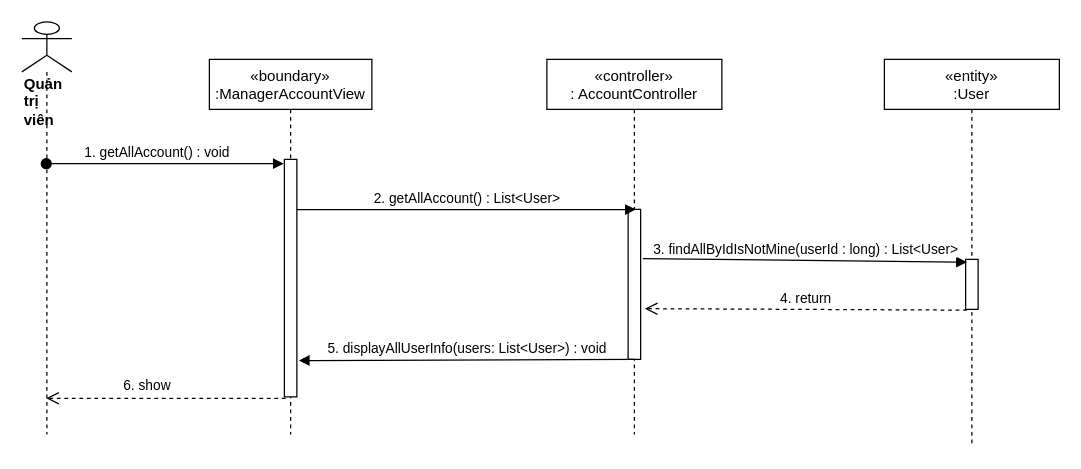
Above: sequence diagram/view-user-manager-sequence.drawio in nguyenphamvan/datn_20202 (draw.io), before the change. Source tidied: cells renumbered, new cells numbered last; positions are measured from the earlier drawing's top-left corner, leaving out a move shared by most shapes. Both pictures are drawn from the tidied source at 125%, with x=0, y=0 at pixel (21, 21).
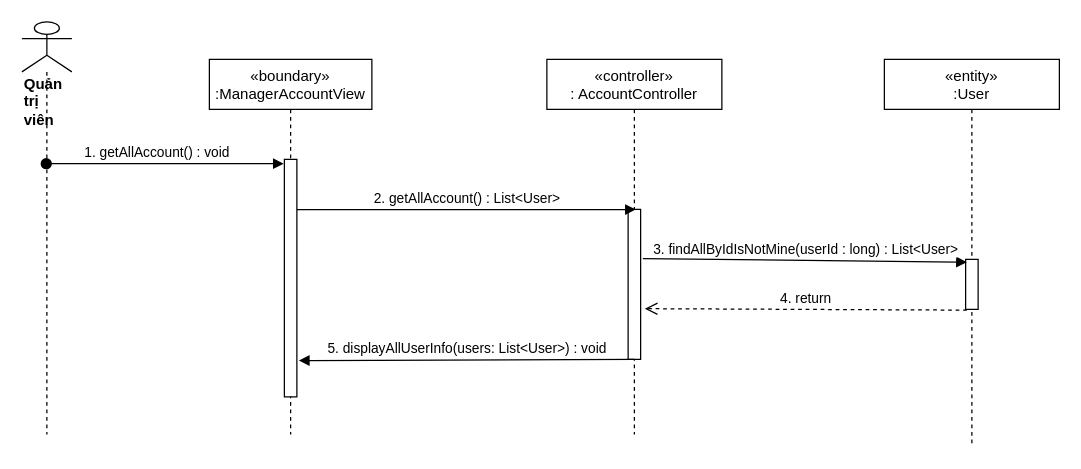
The same diagram, later.

What changed in the source:
```diff
@@
 <mxGraphModel>
   <root>
     <mxCell id="0" />
     <mxCell id="1" parent="0" />
     <mxCell id="2" value="«boundary»&#10;:ManagerAccountView" style="shape=umlLifeline;perimeter=lifelinePerimeter;rounded=0;shadow=0;strokeWidth=1;" parent="1" vertex="1">
       <mxGeometry x="150" y="30" width="130" height="300" as="geometry" />
     </mxCell>
     <mxCell id="3" style="points=[];perimeter=orthogonalPerimeter;rounded=0;shadow=0;strokeWidth=1;" parent="2" vertex="1">
       <mxGeometry x="60" y="80" width="10" height="190" as="geometry" />
     </mxCell>
     <mxCell id="4" value="«controller»&#10;: AccountController" style="shape=umlLifeline;perimeter=lifelinePerimeter;rounded=0;shadow=0;strokeWidth=1;" parent="1" vertex="1">
       <mxGeometry x="420" y="30" width="140" height="300" as="geometry" />
     </mxCell>
     <mxCell id="5" style="points=[];perimeter=orthogonalPerimeter;rounded=0;shadow=0;strokeWidth=1;" parent="4" vertex="1">
       <mxGeometry x="65" y="120" width="10" height="120" as="geometry" />
     </mxCell>
     <mxCell id="6" value="&lt;div&gt;&lt;b&gt;Quản trị viên&lt;/b&gt;&lt;/div&gt;" style="shape=umlLifeline;participant=umlActor;perimeter=lifelinePerimeter;whiteSpace=wrap;html=1;verticalAlign=top;spacingTop=36;outlineConnect=0;align=left;size=40;" parent="1" vertex="1">
       <mxGeometry width="40" height="330" as="geometry" />
     </mxCell>
     <mxCell id="7" value="1. getAllAccount() : void" style="verticalAlign=bottom;startArrow=oval;endArrow=block;startSize=8;shadow=0;strokeWidth=1;entryX=-0.05;entryY=0.018;entryDx=0;entryDy=0;entryPerimeter=0;" parent="1" edge="1" source="6" target="3">
       <mxGeometry x="-0.06" relative="1" as="geometry" />
     </mxCell>
     <mxCell id="8" value="2. getAllAccount() : List&amp;lt;User&amp;gt;" style="html=1;verticalAlign=bottom;endArrow=block;entryX=0.617;entryY=0.001;entryDx=0;entryDy=0;entryPerimeter=0;" parent="1" edge="1" source="3" target="5">
       <mxGeometry relative="1" as="geometry" />
     </mxCell>
     <mxCell id="9" value="«entity»&#10;:User" style="shape=umlLifeline;perimeter=lifelinePerimeter;rounded=0;shadow=0;strokeWidth=1;" parent="1" vertex="1">
       <mxGeometry x="690" y="30" width="140" height="310" as="geometry" />
     </mxCell>
     <mxCell id="10" style="points=[];perimeter=orthogonalPerimeter;rounded=0;shadow=0;strokeWidth=1;" parent="9" vertex="1">
       <mxGeometry x="65" y="160" width="10" height="40" as="geometry" />
     </mxCell>
     <mxCell id="11" value="3. findAllByIdIsNotMine(userId : long) : List&amp;lt;User&amp;gt;" style="html=1;verticalAlign=bottom;endArrow=block;entryX=0.1;entryY=0.055;entryDx=0;entryDy=0;entryPerimeter=0;exitX=1.18;exitY=0.328;exitDx=0;exitDy=0;exitPerimeter=0;" parent="1" edge="1" source="5" target="10">
       <mxGeometry relative="1" as="geometry" />
     </mxCell>
     <mxCell id="12" value="4. return" style="html=1;verticalAlign=bottom;endArrow=open;dashed=1;endSize=8;exitX=0.1;exitY=1.015;exitDx=0;exitDy=0;exitPerimeter=0;entryX=1.34;entryY=0.662;entryDx=0;entryDy=0;entryPerimeter=0;" parent="1" edge="1" source="10" target="5">
       <mxGeometry relative="1" as="geometry" />
     </mxCell>
-    <mxCell id="13" style="html=1;verticalAlign=bottom;endArrow=open;dashed=1;endSize=8;exitX=0.1;exitY=1.006;exitDx=0;exitDy=0;exitPerimeter=0;" parent="1" edge="1" source="3" target="6">
-      <mxGeometry relative="1" as="geometry" />
-    </mxCell>
-    <mxCell id="14" value="6. show" style="edgeLabel;html=1;align=center;verticalAlign=middle;" parent="13" vertex="1">
-      <mxGeometry x="0.27" y="-1" relative="1" as="geometry">
-        <mxPoint x="10" y="-10" as="offset" />
-      </mxGeometry>
-    </mxCell>
     <mxCell id="15" value="&lt;span style=&quot;font-family: &amp;#34;helvetica&amp;#34;&quot;&gt;5. displayAllUserInfo(users: List&amp;lt;User&amp;gt;) : void&lt;/span&gt;" style="html=1;verticalAlign=bottom;endArrow=block;exitX=0.5;exitY=1;exitDx=0;exitDy=0;exitPerimeter=0;entryX=1.16;entryY=0.847;entryDx=0;entryDy=0;entryPerimeter=0;" parent="1" edge="1" source="5" target="3">
       <mxGeometry relative="1" as="geometry" />
     </mxCell>
   </root>
 </mxGraphModel>
```
